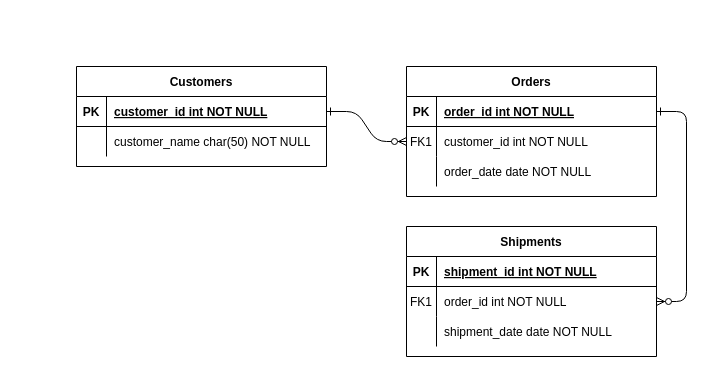
Earlier version of the draw.io diagram Untitled Diagram.drawio (OumaSylvester/NewspaperApp). Source tidied: cells renumbered, new cells numbered last; positions are measured from the earlier drawing's top-left corner, leaving out a move shared by most shapes. Both pictures are drawn from the tidied source at 100%, with x=0, y=0 at pixel (76, 66).
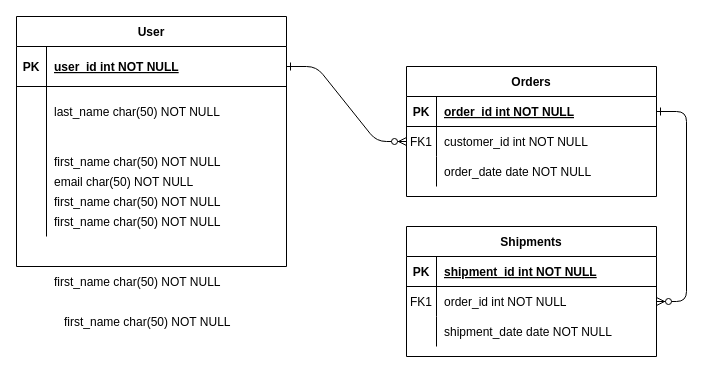
Above is the later version.

What changed in the source:
```diff
@@
-    <mxCell id="24" value="Customers" style="shape=table;startSize=30;childLayout=tableLayout;rowLines=0;fontStyle=1;align=center;" parent="1" vertex="1">
-      <mxGeometry width="250" height="100" as="geometry" />
+    <mxCell id="24" value="User" style="shape=table;startSize=30;childLayout=tableLayout;rowLines=0;fontStyle=1;align=center;" parent="1" vertex="1">
+      <mxGeometry x="-60" y="-50" width="270" height="250" as="geometry" />
     </mxCell>
     <mxCell id="25" style="shape=partialRectangle;fillColor=none;points=[[0,0.5],[1,0.5]];portConstraint=eastwest;top=0;left=0;right=0;bottom=1;" parent="24" vertex="1">
-      <mxGeometry y="30" width="250" height="30" as="geometry" />
+      <mxGeometry y="30" width="270" height="40" as="geometry" />
     </mxCell>
     <mxCell id="26" value="PK" style="shape=partialRectangle;overflow=hidden;fillColor=none;top=0;left=0;bottom=0;right=0;fontStyle=1;" parent="25" vertex="1">
-      <mxGeometry width="30" height="30" as="geometry" />
+      <mxGeometry width="30" height="40" as="geometry" />
     </mxCell>
-    <mxCell id="27" value="customer_id int NOT NULL " style="shape=partialRectangle;overflow=hidden;fillColor=none;top=0;left=0;bottom=0;right=0;align=left;spacingLeft=6;fontStyle=5;" parent="25" vertex="1">
-      <mxGeometry x="30" width="220" height="30" as="geometry" />
+    <mxCell id="27" value="user_id int NOT NULL " style="shape=partialRectangle;overflow=hidden;fillColor=none;top=0;left=0;bottom=0;right=0;align=left;spacingLeft=6;fontStyle=5;" parent="25" vertex="1">
+      <mxGeometry x="30" width="240" height="40" as="geometry" />
     </mxCell>
     <mxCell id="28" style="shape=partialRectangle;fillColor=none;top=0;left=0;right=0;bottom=0;" parent="24" vertex="1">
-      <mxGeometry y="60" width="250" height="30" as="geometry" />
+      <mxGeometry y="70" width="270" height="150" as="geometry" />
     </mxCell>
     <mxCell id="29" style="shape=partialRectangle;overflow=hidden;fillColor=none;top=0;left=0;bottom=0;right=0;" parent="28" vertex="1">
-      <mxGeometry width="30" height="30" as="geometry" />
+      <mxGeometry width="30" height="150" as="geometry" />
     </mxCell>
-    <mxCell id="30" value="customer_name char(50) NOT NULL" style="shape=partialRectangle;overflow=hidden;fillColor=none;top=0;left=0;bottom=0;right=0;align=left;spacingLeft=6;" parent="28" vertex="1">
-      <mxGeometry x="30" width="220" height="30" as="geometry" />
+    <mxCell id="30" value="first_name char(50) NOT NULL" style="shape=partialRectangle;overflow=hidden;fillColor=none;top=0;left=0;bottom=0;right=0;align=left;spacingLeft=6;" parent="28" vertex="1">
+      <mxGeometry x="30" width="240" height="150" as="geometry" />
     </mxCell>
+    <mxCell id="31" value="last_name char(50) NOT NULL" style="shape=partialRectangle;overflow=hidden;fillColor=none;top=0;left=0;bottom=0;right=0;align=left;spacingLeft=6;" parent="1" vertex="1">
+      <mxGeometry x="-30" y="30" width="220" height="30" as="geometry" />
+    </mxCell>
+    <mxCell id="32" value="email char(50) NOT NULL" style="shape=partialRectangle;overflow=hidden;fillColor=none;top=0;left=0;bottom=0;right=0;align=left;spacingLeft=6;" parent="1" vertex="1">
+      <mxGeometry x="-30" y="100" width="210" height="30" as="geometry" />
+    </mxCell>
+    <mxCell id="33" value="first_name char(50) NOT NULL" style="shape=partialRectangle;overflow=hidden;fillColor=none;top=0;left=0;bottom=0;right=0;align=left;spacingLeft=6;" parent="1" vertex="1">
+      <mxGeometry x="-30" y="140" width="220" height="30" as="geometry" />
+    </mxCell>
+    <mxCell id="34" value="first_name char(50) NOT NULL" style="shape=partialRectangle;overflow=hidden;fillColor=none;top=0;left=0;bottom=0;right=0;align=left;spacingLeft=6;" parent="1" vertex="1">
+      <mxGeometry x="-30" y="120" width="220" height="30" as="geometry" />
+    </mxCell>
+    <mxCell id="35" value="first_name char(50) NOT NULL" style="shape=partialRectangle;overflow=hidden;fillColor=none;top=0;left=0;bottom=0;right=0;align=left;spacingLeft=6;" parent="1" vertex="1">
+      <mxGeometry x="-30" y="200" width="220" height="30" as="geometry" />
+    </mxCell>
+    <mxCell id="36" value="first_name char(50) NOT NULL" style="shape=partialRectangle;overflow=hidden;fillColor=none;top=0;left=0;bottom=0;right=0;align=left;spacingLeft=6;" parent="1" vertex="1">
+      <mxGeometry x="-20" y="240" width="220" height="30" as="geometry" />
+    </mxCell>
```
